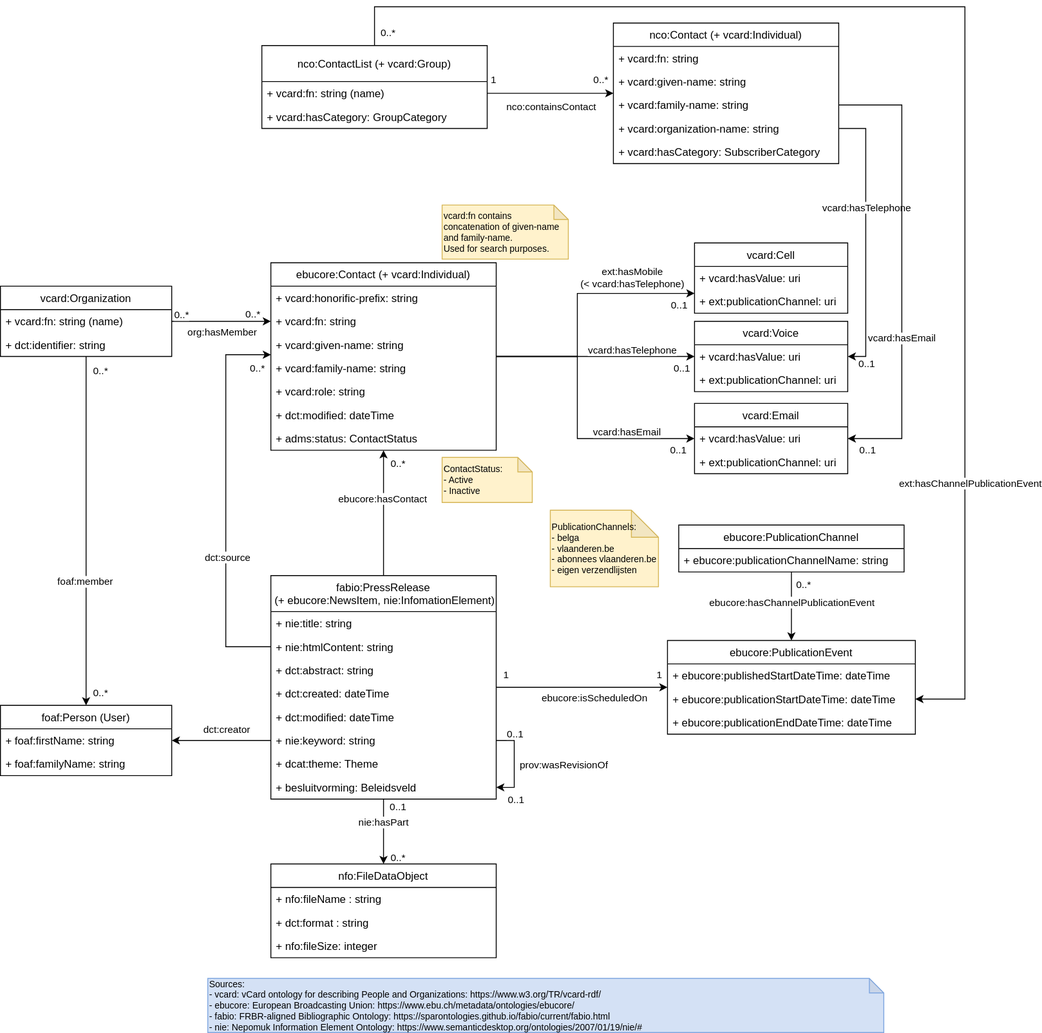
Above: images/press-releases-data-model.svg in kanselarij-vlaanderen/kaleidos-documentation (draw.io), before the change. Source tidied: cells renumbered, new cells last; positions are measured from the earlier drawing's top-left corner, leaving out a move shared by most shapes.
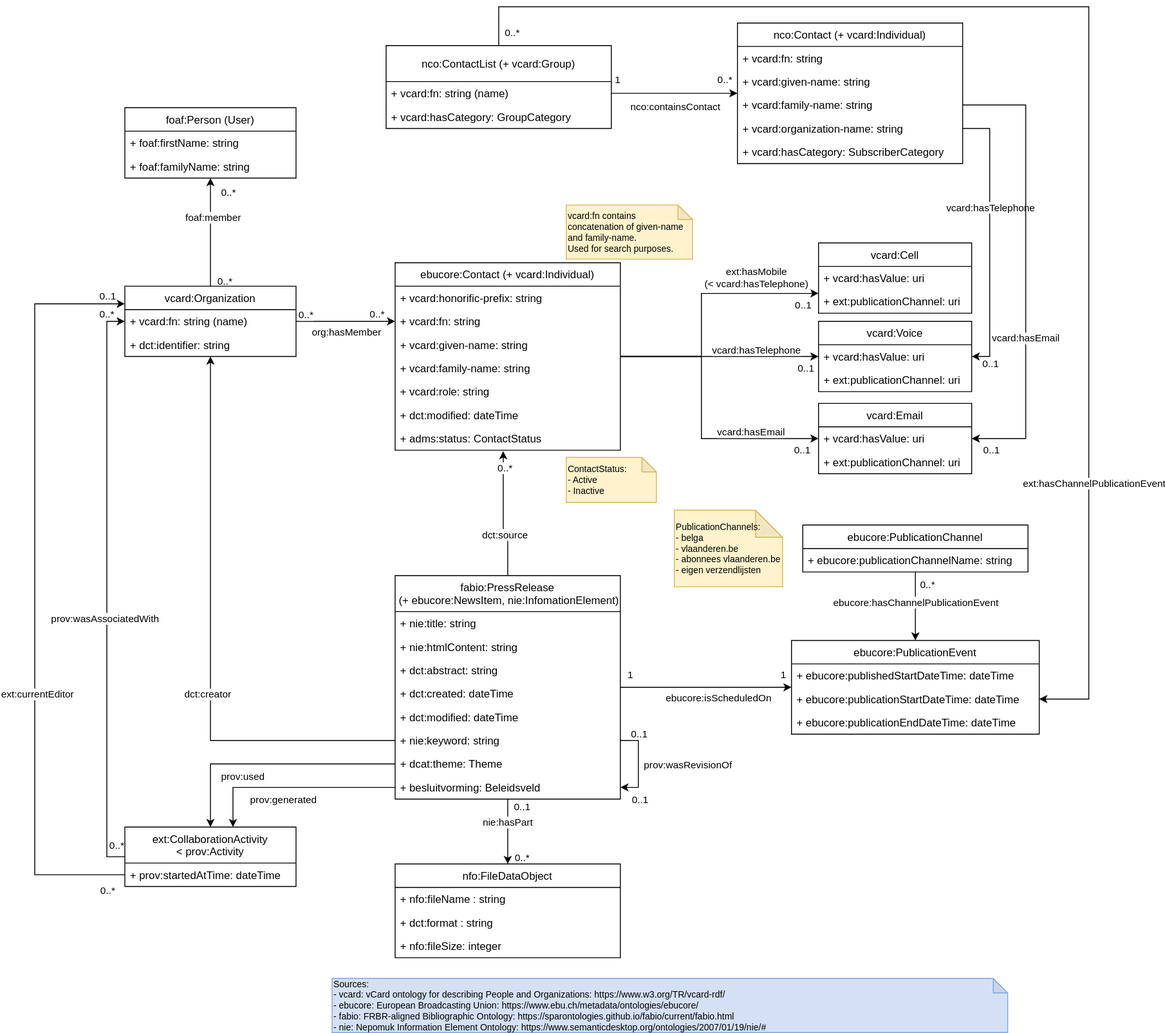
Above is the later version.

Commit message:
Update press releases data model

Diff of the diagram source:
```diff
@@ -105,7 +105,7 @@
     <mxCell id="28" value="+ ext:publicationChannel: uri" style="text;strokeColor=none;fillColor=none;align=left;verticalAlign=top;spacingLeft=4;spacingRight=4;overflow=hidden;" parent="26" vertex="1">
       <mxGeometry y="52" width="170" height="26" as="geometry" />
     </mxCell>
-    <mxCell id="29" style="edgeStyle=orthogonalEdgeStyle;rounded=0;jettySize=auto;html=1;entryX=0.5;entryY=0;entryDx=0;entryDy=0;" parent="1" edge="1" source="33" target="104">
+    <mxCell id="29" style="edgeStyle=orthogonalEdgeStyle;rounded=0;jettySize=auto;html=1;" parent="1" edge="1" source="33" target="104">
       <mxGeometry relative="1" as="geometry" />
     </mxCell>
     <mxCell id="30" value="foaf:member" style="edgeLabel;html=1;align=center;verticalAlign=middle;" parent="29" vertex="1">
@@ -246,17 +246,6 @@
         <mxPoint x="8" y="10" as="offset" />
       </mxGeometry>
     </mxCell>
-    <mxCell id="65" style="edgeStyle=orthogonalEdgeStyle;rounded=0;jettySize=auto;html=1;" parent="1" edge="1" source="79" target="11">
-      <mxGeometry relative="1" as="geometry" />
-    </mxCell>
-    <mxCell id="66" value="ebucore:hasContact" style="edgeLabel;html=1;align=center;verticalAlign=middle;" parent="65" vertex="1">
-      <mxGeometry x="0.24" y="2" relative="1" as="geometry" />
-    </mxCell>
-    <mxCell id="67" value="0..*" style="edgeLabel;html=1;align=center;verticalAlign=middle;" parent="65" vertex="1">
-      <mxGeometry x="0.8" y="-3" relative="1" as="geometry">
-        <mxPoint x="12" as="offset" />
-      </mxGeometry>
-    </mxCell>
     <mxCell id="68" style="edgeStyle=orthogonalEdgeStyle;rounded=0;jettySize=auto;html=1;exitX=1;exitY=0.5;exitDx=0;exitDy=0;" parent="1" edge="1" source="79" target="96">
       <mxGeometry relative="1" as="geometry" />
     </mxCell>
@@ -291,11 +280,11 @@
         <mxPoint x="14" as="offset" />
       </mxGeometry>
     </mxCell>
-    <mxCell id="76" style="edgeStyle=orthogonalEdgeStyle;rounded=0;jettySize=auto;html=1;exitX=0;exitY=0.5;exitDx=0;exitDy=0;" parent="1" edge="1" source="81" target="11">
+    <mxCell id="76" style="edgeStyle=orthogonalEdgeStyle;rounded=0;jettySize=auto;html=1;exitX=0.5;exitY=0;exitDx=0;exitDy=0;entryX=0.48;entryY=1.038;entryDx=0;entryDy=0;entryPerimeter=0;" parent="1" edge="1" source="79" target="18">
       <mxGeometry relative="1" as="geometry">
         <Array as="points">
-          <mxPoint x="250" y="710" />
-          <mxPoint x="250" y="386" />
+          <mxPoint x="425" y="590" />
+          <mxPoint x="420" y="590" />
         </Array>
       </mxGeometry>
     </mxCell>
@@ -391,7 +380,7 @@
       <mxGeometry y="78" width="250" height="26" as="geometry" />
     </mxCell>
     <mxCell id="104" value="foaf:Person (User)" style="swimlane;fontStyle=0;horizontal=1;startSize=26;fillColor=none;" parent="1" vertex="1">
-      <mxGeometry y="775" width="190" height="78" as="geometry" />
+      <mxGeometry y="112" width="190" height="78" as="geometry" />
     </mxCell>
     <mxCell id="105" value="+ foaf:firstName: string" style="text;strokeColor=none;fillColor=none;align=left;verticalAlign=top;spacingLeft=4;spacingRight=4;overflow=hidden;" parent="104" vertex="1">
       <mxGeometry y="26" width="190" height="26" as="geometry" />
@@ -399,7 +388,7 @@
     <mxCell id="106" value="+ foaf:familyName: string" style="text;strokeColor=none;fillColor=none;align=left;verticalAlign=top;spacingLeft=4;spacingRight=4;overflow=hidden;" parent="104" vertex="1">
       <mxGeometry y="52" width="190" height="26" as="geometry" />
     </mxCell>
-    <mxCell id="107" style="edgeStyle=orthogonalEdgeStyle;rounded=0;jettySize=auto;html=1;" parent="1" edge="1" source="88" target="104">
+    <mxCell id="107" style="edgeStyle=orthogonalEdgeStyle;rounded=0;jettySize=auto;html=1;" parent="1" edge="1" source="88" target="33">
       <mxGeometry relative="1" as="geometry" />
     </mxCell>
     <mxCell id="108" value="dct:creator" style="edgeLabel;html=1;align=center;verticalAlign=middle;" parent="107" vertex="1">
@@ -410,5 +399,68 @@
     <mxCell id="109" value="0..1" style="edgeLabel;html=1;align=center;verticalAlign=middle;" parent="1" vertex="1">
       <mxGeometry x="570" y="807" as="geometry" />
     </mxCell>
+    <mxCell id="110" style="edgeStyle=orthogonalEdgeStyle;rounded=0;jettySize=auto;html=1;exitX=0;exitY=0.5;exitDx=0;exitDy=0;entryX=0;entryY=0.5;entryDx=0;entryDy=0;" parent="1" edge="1" source="114" target="34">
+      <mxGeometry relative="1" as="geometry" />
+    </mxCell>
+    <mxCell id="111" value="prov:wasAssociatedWith" style="edgeLabel;html=1;align=center;verticalAlign=middle;" parent="110" vertex="1">
+      <mxGeometry x="-0.1" y="3" relative="1" as="geometry" />
+    </mxCell>
+    <mxCell id="112" value="0..*" style="edgeLabel;html=1;align=center;verticalAlign=middle;" parent="110" vertex="1">
+      <mxGeometry x="0.91" y="1" relative="1" as="geometry">
+        <mxPoint y="-16" as="offset" />
+      </mxGeometry>
+    </mxCell>
+    <mxCell id="113" value="0..*" style="edgeLabel;html=1;align=center;verticalAlign=middle;" parent="110" vertex="1">
+      <mxGeometry x="-0.94" relative="1" as="geometry">
+        <mxPoint x="10" y="-13" as="offset" />
+      </mxGeometry>
+    </mxCell>
+    <mxCell id="114" value="ext:CollaborationActivity &#10;&lt; prov:Activity" style="swimlane;fontStyle=0;horizontal=1;startSize=40;fillColor=none;" parent="1" vertex="1">
+      <mxGeometry y="910" width="190" height="66" as="geometry" />
+    </mxCell>
+    <mxCell id="115" value="+ prov:startedAtTime: dateTime" style="text;strokeColor=none;fillColor=none;align=left;verticalAlign=top;spacingLeft=4;spacingRight=4;overflow=hidden;points=[[0,0.5],[1,0.5]];portConstraint=eastwest;" parent="114" vertex="1">
+      <mxGeometry y="40" width="190" height="26" as="geometry" />
+    </mxCell>
+    <mxCell id="116" style="edgeStyle=orthogonalEdgeStyle;rounded=0;jettySize=auto;html=1;exitX=0;exitY=0.5;exitDx=0;exitDy=0;" parent="1" edge="1" source="89" target="114">
+      <mxGeometry relative="1" as="geometry" />
+    </mxCell>
+    <mxCell id="117" value="prov:used" style="edgeLabel;html=1;align=center;verticalAlign=middle;" parent="116" vertex="1">
+      <mxGeometry x="0.36" y="2" relative="1" as="geometry">
+        <mxPoint x="17" y="11" as="offset" />
+      </mxGeometry>
+    </mxCell>
+    <mxCell id="118" style="edgeStyle=orthogonalEdgeStyle;rounded=0;jettySize=auto;html=1;exitX=0;exitY=0.5;exitDx=0;exitDy=0;" parent="1" edge="1" source="90" target="114">
+      <mxGeometry relative="1" as="geometry">
+        <Array as="points">
+          <mxPoint x="120" y="866" />
+        </Array>
+      </mxGeometry>
+    </mxCell>
+    <mxCell id="119" value="prov:generated" style="edgeLabel;html=1;align=center;verticalAlign=middle;" parent="118" vertex="1">
+      <mxGeometry x="0.12" y="4" relative="1" as="geometry">
+        <mxPoint y="9" as="offset" />
+      </mxGeometry>
+    </mxCell>
+    <mxCell id="120" style="edgeStyle=orthogonalEdgeStyle;rounded=0;jettySize=auto;html=1;exitX=0;exitY=0.5;exitDx=0;exitDy=0;entryX=0;entryY=0.25;entryDx=0;entryDy=0;" parent="1" edge="1" source="115" target="33">
+      <mxGeometry relative="1" as="geometry">
+        <Array as="points">
+          <mxPoint x="-100" y="963" />
+          <mxPoint x="-100" y="330" />
+        </Array>
+      </mxGeometry>
+    </mxCell>
+    <mxCell id="121" value="ext:currentEditor" style="edgeLabel;html=1;align=center;verticalAlign=middle;" parent="120" vertex="1">
+      <mxGeometry x="-0.28" y="-2" relative="1" as="geometry" />
+    </mxCell>
+    <mxCell id="122" value="0..*" style="edgeLabel;html=1;align=center;verticalAlign=middle;" parent="120" vertex="1">
+      <mxGeometry x="-0.91" y="5" relative="1" as="geometry">
+        <mxPoint x="16" y="12" as="offset" />
+      </mxGeometry>
+    </mxCell>
+    <mxCell id="123" value="0..1" style="edgeLabel;html=1;align=center;verticalAlign=middle;" parent="120" vertex="1">
+      <mxGeometry x="0.91" y="-1" relative="1" as="geometry">
+        <mxPoint x="20" y="-10" as="offset" />
+      </mxGeometry>
+    </mxCell>
   </root>
 </mxGraphModel>
```
